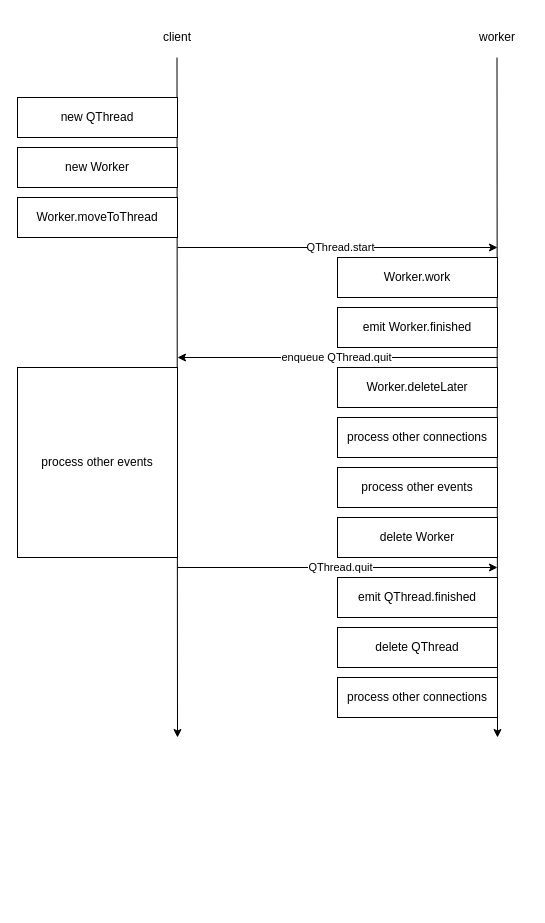
The draw.io diagram superqt-threads-alt.drawio in andy-sweet/diagrams, before the edit. Source tidied: cells renumbered, new cells numbered last; positions are measured from the earlier drawing's top-left corner, leaving out a move shared by most shapes. Both pictures are drawn from the tidied source at 100%, with x=0, y=0 at pixel (17, 17).
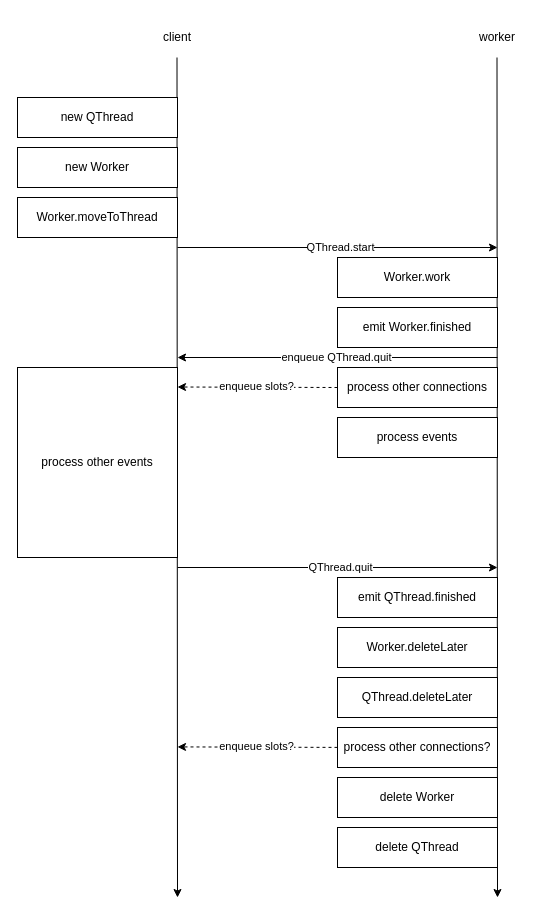
After the change.

The edit, as a diff of the source:
```diff
@@
     <mxCell id="2" style="endArrow=classic;html=1;rounded=0;" parent="1" edge="1">
       <mxGeometry relative="1" as="geometry">
         <mxPoint x="159.5" y="40" as="sourcePoint" />
-        <mxPoint x="160" y="720" as="targetPoint" />
+        <mxPoint x="160" y="880" as="targetPoint" />
       </mxGeometry>
     </mxCell>
@@
     <mxCell id="5" style="endArrow=classic;html=1;rounded=0;" parent="1" edge="1">
       <mxGeometry relative="1" as="geometry">
         <mxPoint x="479.5" y="40" as="sourcePoint" />
-        <mxPoint x="480" y="720" as="targetPoint" />
+        <mxPoint x="480" y="880" as="targetPoint" />
       </mxGeometry>
     </mxCell>
@@
     <mxCell id="13" value="Worker.deleteLater" style="rounded=0;whiteSpace=wrap;html=1;" parent="1" vertex="1">
-      <mxGeometry x="320" y="350" width="160" height="40" as="geometry" />
+      <mxGeometry x="320" y="610" width="160" height="40" as="geometry" />
     </mxCell>
@@
     <mxCell id="17" value="process other connections" style="rounded=0;whiteSpace=wrap;html=1;" parent="1" vertex="1">
-      <mxGeometry x="320" y="400" width="160" height="40" as="geometry" />
+      <mxGeometry x="320" y="350" width="160" height="40" as="geometry" />
     </mxCell>
     <mxCell id="18" value="delete Worker" style="rounded=0;whiteSpace=wrap;html=1;" parent="1" vertex="1">
-      <mxGeometry x="320" y="500" width="160" height="40" as="geometry" />
+      <mxGeometry x="320" y="760" width="160" height="40" as="geometry" />
     </mxCell>
@@
-    <mxCell id="21" value="process other events" style="rounded=0;whiteSpace=wrap;html=1;" parent="1" vertex="1">
-      <mxGeometry x="320" y="450" width="160" height="40" as="geometry" />
+    <mxCell id="21" value="process events" style="rounded=0;whiteSpace=wrap;html=1;" parent="1" vertex="1">
+      <mxGeometry x="320" y="400" width="160" height="40" as="geometry" />
     </mxCell>
@@
     <mxCell id="23" value="delete QThread" style="rounded=0;whiteSpace=wrap;html=1;" parent="1" vertex="1">
-      <mxGeometry x="320" y="610" width="160" height="40" as="geometry" />
+      <mxGeometry x="320" y="810" width="160" height="40" as="geometry" />
     </mxCell>
-    <mxCell id="24" value="process other connections" style="rounded=0;whiteSpace=wrap;html=1;" parent="1" vertex="1">
-      <mxGeometry x="320" y="660" width="160" height="40" as="geometry" />
+    <mxCell id="24" value="process other connections?" style="rounded=0;whiteSpace=wrap;html=1;" parent="1" vertex="1">
+      <mxGeometry x="320" y="710" width="160" height="40" as="geometry" />
     </mxCell>
+    <mxCell id="25" value="QThread.deleteLater" style="rounded=0;whiteSpace=wrap;html=1;" parent="1" vertex="1">
+      <mxGeometry x="320" y="660" width="160" height="40" as="geometry" />
+    </mxCell>
+    <mxCell id="26" style="endArrow=classic;html=1;rounded=0;dashed=1;" parent="1" edge="1">
+      <mxGeometry relative="1" as="geometry">
+        <mxPoint x="320" y="370" as="sourcePoint" />
+        <mxPoint x="160" y="369.5" as="targetPoint" />
+      </mxGeometry>
+    </mxCell>
+    <mxCell id="27" value="enqueue slots?" style="edgeLabel;html=1;align=center;verticalAlign=middle;" parent="26" vertex="1">
+      <mxGeometry x="0.01" y="3" relative="1" as="geometry">
+        <mxPoint y="-4" as="offset" />
+      </mxGeometry>
+    </mxCell>
+    <mxCell id="28" style="endArrow=classic;html=1;rounded=0;dashed=1;" parent="1" edge="1">
+      <mxGeometry relative="1" as="geometry">
+        <mxPoint x="320" y="729.9" as="sourcePoint" />
+        <mxPoint x="160" y="729.4" as="targetPoint" />
+      </mxGeometry>
+    </mxCell>
+    <mxCell id="29" value="enqueue slots?" style="edgeLabel;html=1;align=center;verticalAlign=middle;" parent="28" vertex="1">
+      <mxGeometry x="0.01" y="3" relative="1" as="geometry">
+        <mxPoint y="-4" as="offset" />
+      </mxGeometry>
+    </mxCell>
```
